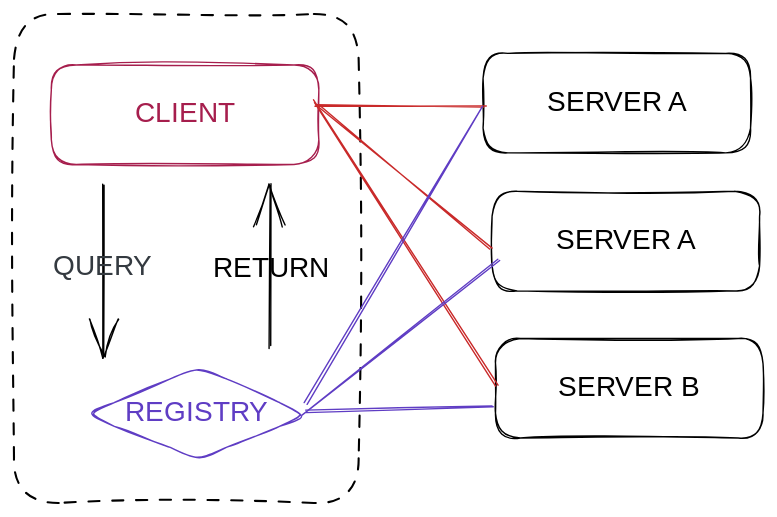
This is .gitbook/assets/file.excalidraw (4).svg from Junnyjun/junlog, a Excalidraw export, as it was before one commit. Source tidied: one line per element, renumbered; positions are measured from the earlier drawing's top-left corner, leaving out a move shared by most shapes.
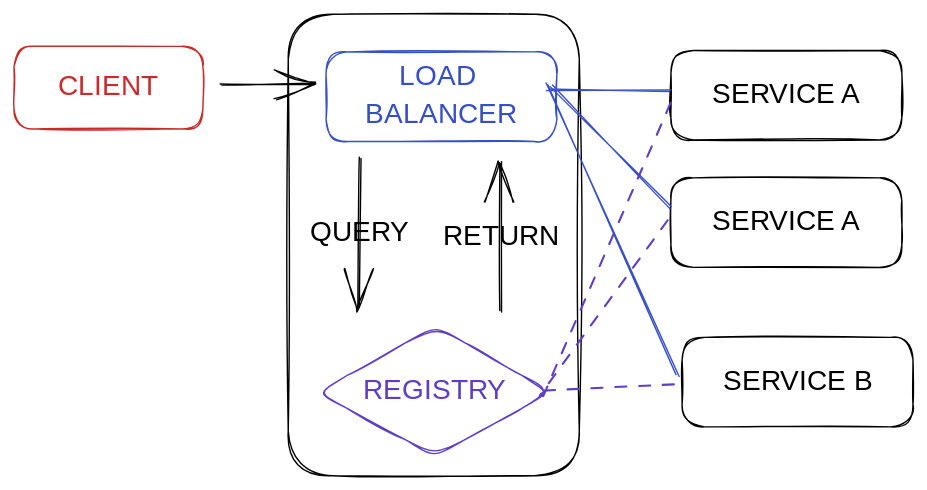
The same file after the commit.

Change to the diagram source:
```diff
@@ -1,21 +1,24 @@
-{"id": 0, "type": "rectangle", "strokeColor": "#000000", "strokeWidth": 1, "strokeStyle": "dashed", "roughness": 1, "round": true, "x": 0, "y": 0, "width": 246, "height": 349}
-{"id": 1, "type": "rectangle", "strokeColor": "#a61e4d", "strokeWidth": 1, "roughness": 1, "round": true, "x": 27, "y": 36, "width": 191, "height": 71}
+{"id": 21, "type": "rectangle", "strokeColor": "#000000", "strokeWidth": 1, "roughness": 1, "round": true, "x": 54, "y": -46, "width": 208, "height": 330}
+{"id": 22, "type": "rectangle", "strokeColor": "#c92a2a", "strokeWidth": 1, "roughness": 1, "round": true, "x": -142, "y": -23, "width": 135, "height": 59}
-{"id": 2, "type": "text", "text": "CLIENT", "strokeColor": "#a61e4d", "strokeWidth": 1, "roughness": 1, "fontSize": 20, "fontFamily": 1, "textAlign": "center", "verticalAlign": "middle", "inside": 1, "x": 82, "y": 59, "width": 80, "height": 27}
+{"id": 2, "type": "text", "text": "CLIENT", "strokeColor": "#c92a2a", "strokeWidth": 1, "roughness": 1, "fontSize": 20, "fontFamily": 1, "textAlign": "center", "verticalAlign": "middle", "inside": 22, "x": -114, "y": -7, "width": 80, "height": 27}
-{"id": 3, "type": "diamond", "strokeColor": "#5f3dc4", "strokeWidth": 1, "roughness": 1, "round": true, "x": 52, "y": 252, "width": 158, "height": 66}
+{"id": 23, "type": "rectangle", "strokeColor": "#364fc7", "strokeWidth": 1, "roughness": 1, "round": true, "x": 81, "y": -19, "width": 165, "height": 64}
+{"id": 24, "type": "text", "text": "LOAD \nBALANCER", "strokeColor": "#364fc7", "strokeWidth": 1, "roughness": 1, "fontSize": 20, "fontFamily": 1, "textAlign": "center", "verticalAlign": "middle", "inside": 23, "x": 110, "y": -14, "width": 108, "height": 54}
+{"id": 25, "type": "arrow", "strokeColor": "#000000", "strokeWidth": 1, "roughness": 1, "endArrowhead": "arrow", "round": true, "from": 22, "to": 23, "x": 6, "y": 4, "width": 67, "height": 0, "points": [[0, 0], [67, 0]]}
+{"id": 26, "type": "arrow", "strokeColor": "#000000", "strokeWidth": 1, "roughness": 1, "endArrowhead": "arrow", "round": true, "from": 23, "x": 106, "y": 57, "width": 1, "height": 107, "points": [[0, 0], [-1, 107]]}
+{"id": 6, "type": "text", "text": "QUERY", "strokeColor": "#000000", "strokeWidth": 1, "roughness": 1, "fontSize": 20, "fontFamily": 1, "textAlign": "center", "verticalAlign": "middle", "inside": 26, "x": 71, "y": 97, "width": 68, "height": 27}
+{"id": 27, "type": "arrow", "strokeColor": "#000000", "strokeWidth": 1, "roughness": 1, "endArrowhead": "arrow", "round": true, "to": 23, "x": 206, "y": 167, "width": 1, "height": 107, "points": [[0, 0], [1, -107]]}
+{"id": 8, "type": "text", "text": "RETURN", "strokeColor": "#000000", "strokeWidth": 1, "roughness": 1, "fontSize": 20, "fontFamily": 1, "textAlign": "center", "verticalAlign": "middle", "inside": 27, "x": 163, "y": 100, "width": 86, "height": 27}
+{"id": 28, "type": "rectangle", "strokeColor": "#000000", "strokeWidth": 1, "roughness": 1, "round": true, "x": 328, "y": -20, "width": 165, "height": 64}
+{"id": 29, "type": "text", "text": "SERVICE A", "strokeColor": "#000000", "strokeWidth": 1, "roughness": 1, "fontSize": 20, "fontFamily": 1, "textAlign": "center", "verticalAlign": "middle", "inside": 28, "x": 354, "y": -2, "width": 112, "height": 27}
+{"id": 30, "type": "rectangle", "strokeColor": "#000000", "strokeWidth": 1, "roughness": 1, "round": true, "x": 328, "y": 71, "width": 165, "height": 64}
+{"id": 31, "type": "text", "text": "SERVICE A", "strokeColor": "#000000", "strokeWidth": 1, "roughness": 1, "fontSize": 20, "fontFamily": 1, "textAlign": "center", "verticalAlign": "middle", "inside": 30, "x": 354, "y": 89, "width": 112, "height": 27}
+{"id": 32, "type": "rectangle", "strokeColor": "#000000", "strokeWidth": 1, "roughness": 1, "round": true, "x": 336, "y": 185, "width": 165, "height": 64}
+{"id": 33, "type": "text", "text": "SERVICE B", "strokeColor": "#000000", "strokeWidth": 1, "roughness": 1, "fontSize": 20, "fontFamily": 1, "textAlign": "center", "verticalAlign": "middle", "inside": 32, "x": 362, "y": 203, "width": 113, "height": 27}
+{"id": 34, "type": "line", "strokeColor": "#364fc7", "strokeWidth": 1, "roughness": 1, "round": true, "x": 239, "y": 9, "width": 89, "height": 0, "points": [[0, 0], [89, 0]]}
+{"id": 35, "type": "line", "strokeColor": "#364fc7", "strokeWidth": 1, "roughness": 1, "round": true, "x": 242, "y": 6, "width": 86, "height": 86, "points": [[0, 0], [86, 86]]}
+{"id": 36, "type": "line", "strokeColor": "#364fc7", "strokeWidth": 1, "roughness": 1, "round": true, "x": 239, "y": 5, "width": 93, "height": 207, "points": [[0, 0], [93, 207]]}
+{"id": 37, "type": "diamond", "strokeColor": "#5f3dc4", "strokeWidth": 1, "roughness": 1, "round": true, "x": 75, "y": 177, "width": 167, "height": 93}
-{"id": 4, "type": "text", "text": "REGISTRY", "strokeColor": "#5f3dc4", "strokeWidth": 1, "roughness": 1, "fontSize": 20, "fontFamily": 1, "textAlign": "center", "verticalAlign": "middle", "inside": 3, "x": 77, "y": 272, "width": 108, "height": 27}
+{"id": 4, "type": "text", "text": "REGISTRY", "strokeColor": "#5f3dc4", "strokeWidth": 1, "roughness": 1, "fontSize": 20, "fontFamily": 1, "textAlign": "center", "verticalAlign": "middle", "inside": 37, "x": 105, "y": 210, "width": 108, "height": 27}
-{"id": 5, "type": "arrow", "strokeColor": "#000000", "strokeWidth": 1, "roughness": 1, "endArrowhead": "arrow", "round": true, "from": 1, "x": 63, "y": 122, "width": 0, "height": 123, "points": [[0, 0], [0, 123]]}
-{"id": 6, "type": "text", "text": "QUERY", "strokeColor": "#343a40", "strokeWidth": 1, "roughness": 1, "fontSize": 20, "fontFamily": 1, "textAlign": "center", "verticalAlign": "middle", "inside": 5, "x": 29, "y": 168, "width": 68, "height": 27}
-{"id": 7, "type": "arrow", "strokeColor": "#000000", "strokeWidth": 1, "roughness": 1, "endArrowhead": "arrow", "round": true, "to": 1, "x": 183, "y": 238, "width": 0, "height": 116, "points": [[0, 0], [0, -116]]}
-{"id": 8, "type": "text", "text": "RETURN", "strokeColor": "#000000", "strokeWidth": 1, "roughness": 1, "fontSize": 20, "fontFamily": 1, "textAlign": "center", "verticalAlign": "middle", "inside": 7, "x": 141, "y": 169, "width": 86, "height": 27}
-{"id": 9, "type": "rectangle", "strokeColor": "#000000", "strokeWidth": 1, "roughness": 1, "round": true, "x": 335, "y": 28, "width": 191, "height": 71}
-{"id": 10, "type": "text", "text": "SERVER A", "strokeColor": "#000000", "strokeWidth": 1, "roughness": 1, "fontSize": 20, "fontFamily": 1, "textAlign": "center", "verticalAlign": "middle", "inside": 9, "x": 380, "y": 50, "width": 102, "height": 27}
-{"id": 11, "type": "rectangle", "strokeColor": "#000000", "strokeWidth": 1, "roughness": 1, "round": true, "x": 342, "y": 127, "width": 191, "height": 71}
-{"id": 12, "type": "text", "text": "SERVER A", "strokeColor": "#000000", "strokeWidth": 1, "roughness": 1, "fontSize": 20, "fontFamily": 1, "textAlign": "center", "verticalAlign": "middle", "inside": 11, "x": 386, "y": 149, "width": 102, "height": 27}
-{"id": 13, "type": "rectangle", "strokeColor": "#000000", "strokeWidth": 1, "roughness": 1, "round": true, "x": 344, "y": 232, "width": 191, "height": 71}
-{"id": 14, "type": "text", "text": "SERVER B", "strokeColor": "#000000", "strokeWidth": 1, "roughness": 1, "fontSize": 20, "fontFamily": 1, "textAlign": "center", "verticalAlign": "middle", "inside": 13, "x": 388, "y": 254, "width": 103, "height": 27}
-{"id": 15, "type": "line", "strokeColor": "#c92a2a", "strokeWidth": 1, "roughness": 1, "round": true, "x": 336, "y": 66, "width": 121, "height": 0, "points": [[0, 0], [-121, 0]]}
-{"id": 16, "type": "line", "strokeColor": "#c92a2a", "strokeWidth": 1, "roughness": 1, "round": true, "x": 340, "y": 167, "width": 124, "height": 102, "points": [[0, 0], [-124, -102]]}
-{"id": 17, "type": "line", "strokeColor": "#c92a2a", "strokeWidth": 1, "roughness": 1, "round": true, "x": 345, "y": 265, "width": 131, "height": 202, "points": [[0, 0], [-131, -202]]}
-{"id": 18, "type": "line", "strokeColor": "#5f3dc4", "strokeWidth": 1, "roughness": 1, "round": true, "x": 334, "y": 67, "width": 126, "height": 211, "points": [[0, 0], [-126, 211]]}
-{"id": 19, "type": "line", "strokeColor": "#5f3dc4", "strokeWidth": 1, "roughness": 1, "round": true, "x": 347, "y": 176, "width": 140, "height": 110, "points": [[0, 0], [-140, 110]]}
-{"id": 20, "type": "line", "strokeColor": "#5f3dc4", "strokeWidth": 1, "roughness": 1, "round": true, "x": 341, "y": 280, "width": 134, "height": 4, "points": [[0, 0], [-134, 4]]}
+{"id": 38, "type": "line", "strokeColor": "#5f3dc4", "strokeWidth": 1, "strokeStyle": "dashed", "roughness": 1, "round": true, "x": 327, "y": 17, "width": 90, "height": 210, "points": [[0, 0], [-90, 210]]}
+{"id": 39, "type": "line", "strokeColor": "#5f3dc4", "strokeWidth": 1, "strokeStyle": "dashed", "roughness": 1, "round": true, "x": 326, "y": 101, "width": 91, "height": 125, "points": [[0, 0], [-91, 125]]}
+{"id": 40, "type": "line", "strokeColor": "#5f3dc4", "strokeWidth": 1, "strokeStyle": "dashed", "roughness": 1, "round": true, "x": 330, "y": 219, "width": 94, "height": 4, "points": [[0, 0], [-94, 4]]}
```
